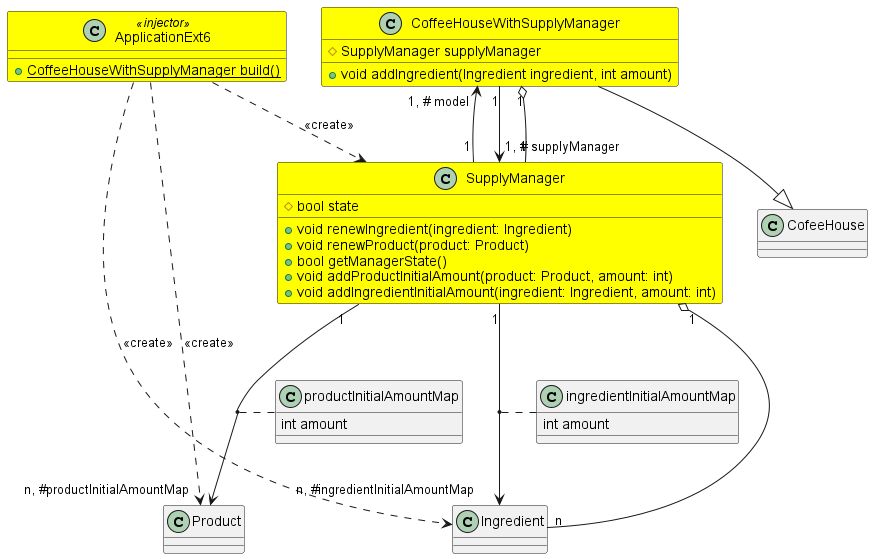
The PlantUML diagram docs/extension6/Extension6.png in aswejei/cafe_ppvis, before a commit.
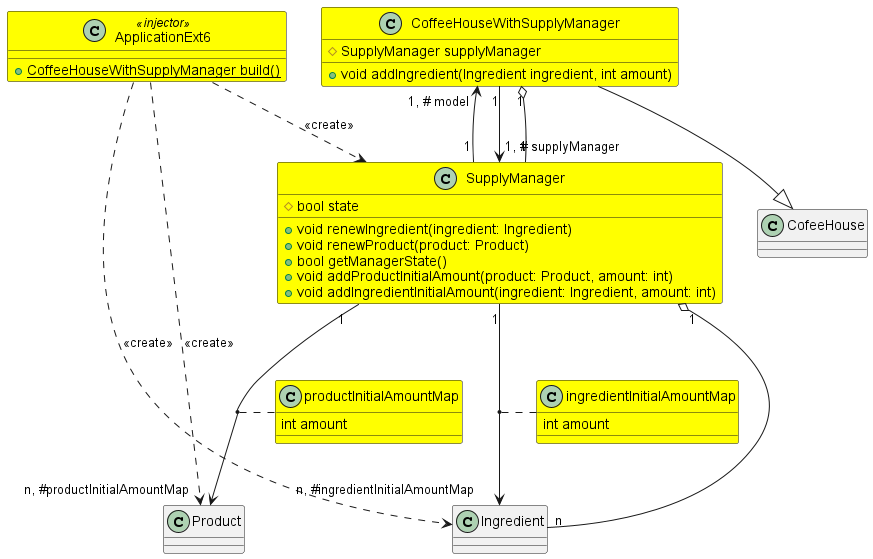
After the commit.

Commit message:
fixed some coloring issues

Diff of the diagram source:
```diff
@@ -28,12 +28,12 @@
 SupplyManager "1" o-- "n" Ingredient
 SupplyManager "1" --> "n, #ingredientInitialAmountMap" Ingredient
 (SupplyManager, Ingredient) .. ingredientInitialAmountMap
-class ingredientInitialAmountMap {
+class ingredientInitialAmountMap #yellow {
     int amount
 }
 SupplyManager "1" --> "n, #productInitialAmountMap" Product
 (SupplyManager, Product) .. productInitialAmountMap
-class productInitialAmountMap {
+class productInitialAmountMap #yellow {
     int amount
 }
 
```
